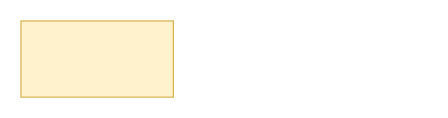
This is StudyTime IA.drawio from hw-ch/StudyTime, a draw.io file, before an edit. Source tidied: cells renumbered, new cells numbered last; positions are measured from the earlier drawing's top-left corner, leaving out a move shared by most shapes. Both pictures are drawn from the tidied source at 127%, with x=0, y=0 at pixel (20, 20).
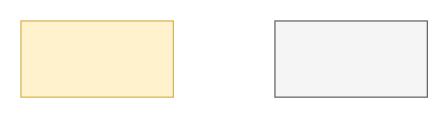
Above is the later version.

What changed in the source:
```diff
@@
 <mxGraphModel>
   <root>
     <mxCell id="0" />
     <mxCell id="1" parent="0" />
     <mxCell id="2" style="rounded=0;whiteSpace=wrap;html=1;fillColor=#fff2cc;strokeColor=#d6b656;" parent="1" vertex="1">
       <mxGeometry width="120" height="60" as="geometry" />
     </mxCell>
+    <mxCell id="3" style="rounded=0;whiteSpace=wrap;html=1;fillColor=#f5f5f5;strokeColor=#666666;fontColor=#333333;" parent="1" vertex="1">
+      <mxGeometry x="200" width="120" height="60" as="geometry" />
+    </mxCell>
   </root>
 </mxGraphModel>
```
